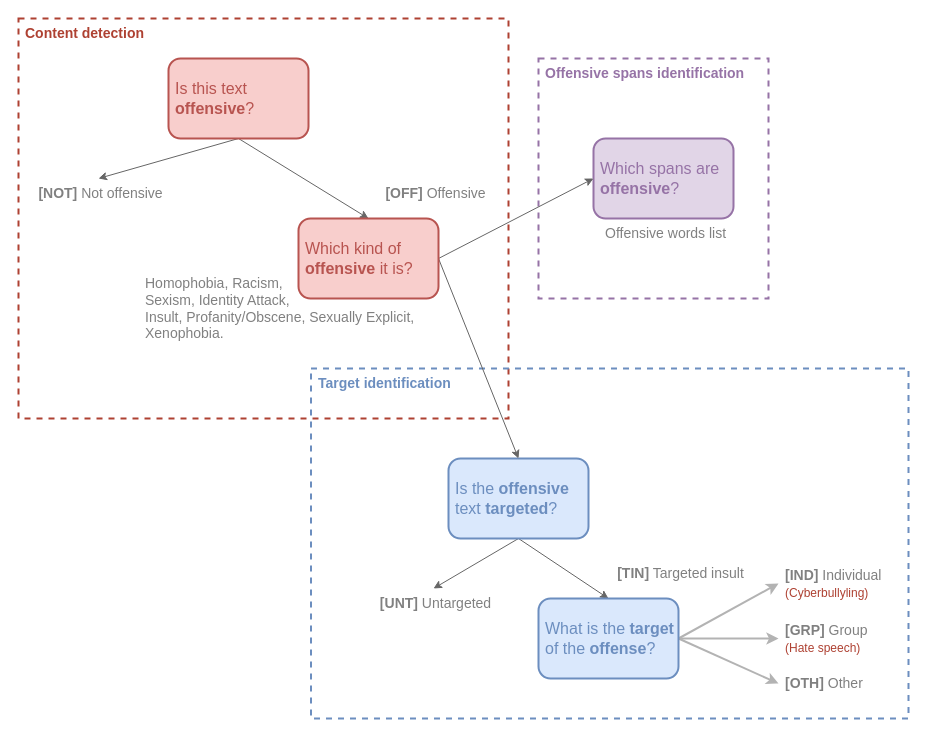
Before: page "hierarchical_levels2" (2 of 3) of docs/diagrams/diagrams.drawio in DougTrajano/ToChiquinho, a draw.io diagram. Source tidied: cells renumbered, new cells numbered last; positions are measured from the earlier drawing's top-left corner, leaving out a move shared by most shapes. Both pictures are drawn from the tidied source at 100%, with x=0, y=0 at pixel (18, 18).
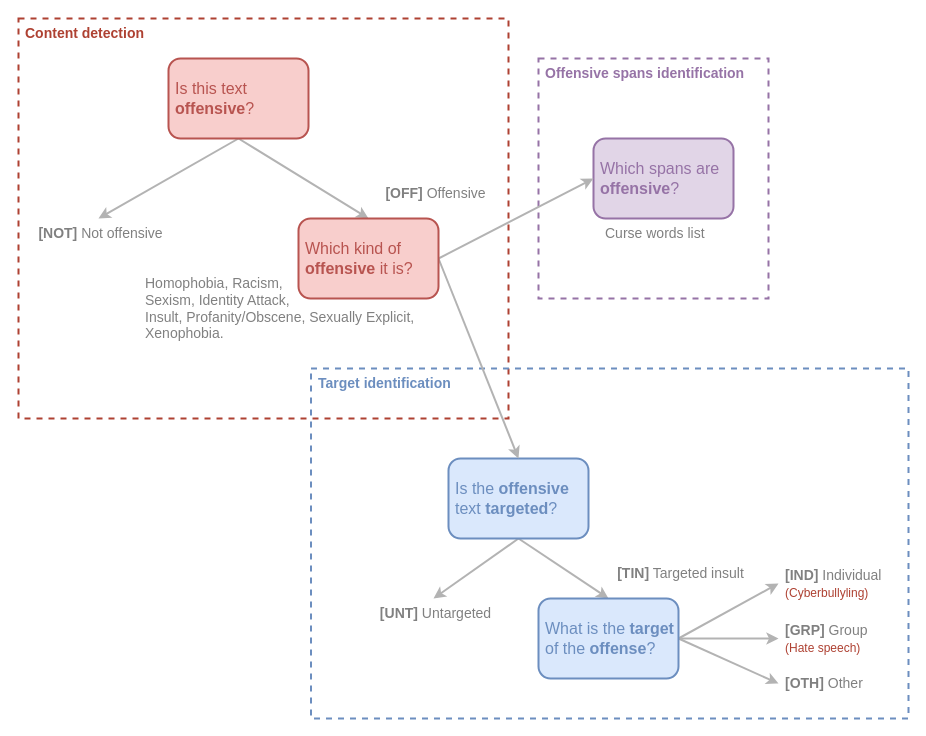
Above is the later version.

The change refers to these unchanged cells:
```xml
<mxCell id="7" value="Is this text &lt;b&gt;offensive&lt;/b&gt;?" style="rounded=1;whiteSpace=wrap;html=1;fillColor=#f8cecc;align=left;strokeColor=#b85450;strokeWidth=2;spacingLeft=5;fontSize=16;fontColor=#B85450;" parent="1" vertex="1">
  <mxGeometry x="150" y="40" width="140" height="80" as="geometry" />
</mxCell>
<mxCell id="10" value="Is the &lt;b&gt;offensive&lt;/b&gt; text &lt;b&gt;targeted&lt;/b&gt;?" style="rounded=1;whiteSpace=wrap;html=1;fillColor=#dae8fc;align=left;strokeColor=#6c8ebf;strokeWidth=2;spacingLeft=5;fontSize=16;fontColor=#6C8EBF;" parent="1" vertex="1">
  <mxGeometry x="430" y="440" width="140" height="80" as="geometry" />
</mxCell>
<mxCell id="14" value="What is the &lt;b&gt;target&lt;/b&gt; of the &lt;b&gt;offense&lt;/b&gt;?" style="rounded=1;whiteSpace=wrap;html=1;fillColor=#dae8fc;align=left;strokeColor=#6c8ebf;strokeWidth=2;spacingLeft=5;fontSize=16;fontColor=#6C8EBF;" parent="1" vertex="1">
  <mxGeometry x="520" y="580" width="140" height="80" as="geometry" />
</mxCell>
<mxCell id="19" value="Which spans are &lt;b&gt;offensive&lt;/b&gt;?" style="rounded=1;whiteSpace=wrap;html=1;fillColor=#e1d5e7;align=left;strokeColor=#9673a6;strokeWidth=2;spacingLeft=5;fontSize=16;fontColor=#9673A6;" parent="1" vertex="1">
  <mxGeometry x="575" y="120" width="140" height="80" as="geometry" />
</mxCell>
<mxCell id="25" value="Which kind of &lt;b&gt;offensive&lt;/b&gt; it is?" style="rounded=1;whiteSpace=wrap;html=1;fillColor=#f8cecc;align=left;strokeColor=#b85450;strokeWidth=2;spacingLeft=5;fontSize=16;fontColor=#B85450;" parent="1" vertex="1">
  <mxGeometry x="280" y="200" width="140" height="80" as="geometry" />
</mxCell>
```

The edit, as a diff of the source:
```diff
@@
-    <mxCell id="5" style="rounded=0;jettySize=auto;html=1;exitX=0.5;exitY=1;exitDx=0;exitDy=0;entryX=0.5;entryY=0;entryDx=0;entryDy=0;fontSize=16;fillColor=#f5f5f5;strokeColor=#666666;" parent="1" edge="1" source="7" target="15">
+    <mxCell id="5" style="rounded=0;jettySize=auto;html=1;exitX=0.5;exitY=1;exitDx=0;exitDy=0;entryX=0.5;entryY=0;entryDx=0;entryDy=0;fontSize=16;fillColor=#f5f5f5;strokeColor=#B3B3B3;strokeWidth=2;" parent="1" edge="1" source="7" target="15">
       <mxGeometry relative="1" as="geometry" />
     </mxCell>
-    <mxCell id="6" style="edgeStyle=none;rounded=0;jettySize=auto;html=1;exitX=0.5;exitY=1;exitDx=0;exitDy=0;entryX=0.5;entryY=0;entryDx=0;entryDy=0;fontSize=16;fillColor=#f5f5f5;strokeColor=#666666;" parent="1" edge="1" source="7" target="25">
+    <mxCell id="6" style="edgeStyle=none;rounded=0;jettySize=auto;html=1;exitX=0.5;exitY=1;exitDx=0;exitDy=0;entryX=0.5;entryY=0;entryDx=0;entryDy=0;fontSize=16;fillColor=#f5f5f5;strokeColor=#B3B3B3;strokeWidth=2;" parent="1" edge="1" source="7" target="25">
       <mxGeometry relative="1" as="geometry" />
     </mxCell>
@@
-    <mxCell id="8" style="edgeStyle=none;rounded=0;jettySize=auto;html=1;exitX=0.5;exitY=1;exitDx=0;exitDy=0;entryX=0.5;entryY=0;entryDx=0;entryDy=0;fontSize=16;fillColor=#f5f5f5;strokeColor=#666666;" parent="1" edge="1" source="10" target="27">
+    <mxCell id="8" style="edgeStyle=none;rounded=0;jettySize=auto;html=1;exitX=0.5;exitY=1;exitDx=0;exitDy=0;entryX=0.5;entryY=0;entryDx=0;entryDy=0;fontSize=16;fillColor=#f5f5f5;strokeColor=#B3B3B3;strokeWidth=2;" parent="1" edge="1" source="10" target="27">
       <mxGeometry relative="1" as="geometry" />
     </mxCell>
-    <mxCell id="9" style="edgeStyle=none;rounded=0;jettySize=auto;html=1;exitX=0.5;exitY=1;exitDx=0;exitDy=0;entryX=0.5;entryY=0;entryDx=0;entryDy=0;fontSize=16;fillColor=#f5f5f5;strokeColor=#666666;" parent="1" edge="1" source="10" target="14">
+    <mxCell id="9" style="edgeStyle=none;rounded=0;jettySize=auto;html=1;exitX=0.5;exitY=1;exitDx=0;exitDy=0;entryX=0.5;entryY=0;entryDx=0;entryDy=0;fontSize=16;fillColor=#f5f5f5;strokeWidth=2;strokeColor=#B3B3B3;" parent="1" edge="1" source="10" target="14">
       <mxGeometry relative="1" as="geometry" />
     </mxCell>
@@
     <mxCell id="15" value="&lt;font color=&quot;#808080&quot;&gt;&lt;b&gt;[NOT]&lt;/b&gt; Not offensive&lt;/font&gt;" style="text;html=1;strokeColor=none;fillColor=none;align=center;verticalAlign=middle;whiteSpace=wrap;rounded=0;fontSize=14;fontColor=#6C8EBF;spacingLeft=5;" parent="1" vertex="1">
-      <mxGeometry x="10" y="160" width="140" height="30" as="geometry" />
+      <mxGeometry x="10" y="200" width="140" height="30" as="geometry" />
     </mxCell>
@@
-    <mxCell id="22" value="&lt;font color=&quot;#808080&quot;&gt;Offensive words list&lt;/font&gt;" style="text;html=1;strokeColor=none;fillColor=none;align=left;verticalAlign=middle;whiteSpace=wrap;rounded=0;fontSize=14;fontColor=#6C8EBF;spacingLeft=5;" parent="1" vertex="1">
+    <mxCell id="22" value="&lt;font color=&quot;#808080&quot;&gt;Curse words list&lt;/font&gt;" style="text;html=1;strokeColor=none;fillColor=none;align=left;verticalAlign=middle;whiteSpace=wrap;rounded=0;fontSize=14;fontColor=#6C8EBF;spacingLeft=5;" parent="1" vertex="1">
       <mxGeometry x="580" y="200" width="150" height="30" as="geometry" />
     </mxCell>
-    <mxCell id="23" style="edgeStyle=none;rounded=0;jettySize=auto;html=1;exitX=1;exitY=0.5;exitDx=0;exitDy=0;entryX=0.5;entryY=0;entryDx=0;entryDy=0;fontSize=16;fillColor=#f5f5f5;strokeColor=#666666;" parent="1" edge="1" source="25" target="10">
+    <mxCell id="23" style="edgeStyle=none;rounded=0;jettySize=auto;html=1;exitX=1;exitY=0.5;exitDx=0;exitDy=0;entryX=0.5;entryY=0;entryDx=0;entryDy=0;fontSize=16;fillColor=#f5f5f5;strokeColor=#B3B3B3;strokeWidth=2;" parent="1" edge="1" source="25" target="10">
       <mxGeometry relative="1" as="geometry" />
     </mxCell>
-    <mxCell id="24" style="edgeStyle=none;rounded=0;jettySize=auto;html=1;entryX=0;entryY=0.5;entryDx=0;entryDy=0;fontSize=16;fontColor=#6C8EBF;fillColor=#f5f5f5;strokeColor=#666666;exitX=1;exitY=0.5;exitDx=0;exitDy=0;" parent="1" edge="1" source="25" target="19">
+    <mxCell id="24" style="edgeStyle=none;rounded=0;jettySize=auto;html=1;entryX=0;entryY=0.5;entryDx=0;entryDy=0;fontSize=16;fontColor=#6C8EBF;fillColor=#f5f5f5;exitX=1;exitY=0.5;exitDx=0;exitDy=0;strokeColor=#B3B3B3;strokeWidth=2;" parent="1" edge="1" source="25" target="19">
       <mxGeometry relative="1" as="geometry" />
     </mxCell>
@@
     <mxCell id="27" value="&lt;font color=&quot;#808080&quot;&gt;&lt;b&gt;[UNT]&lt;/b&gt; Untargeted&lt;/font&gt;" style="text;html=1;strokeColor=none;fillColor=none;align=center;verticalAlign=middle;whiteSpace=wrap;rounded=0;fontSize=14;fontColor=#6C8EBF;spacingLeft=5;" parent="1" vertex="1">
-      <mxGeometry x="355" y="570" width="120" height="30" as="geometry" />
+      <mxGeometry x="355" y="580" width="120" height="30" as="geometry" />
     </mxCell>
```
